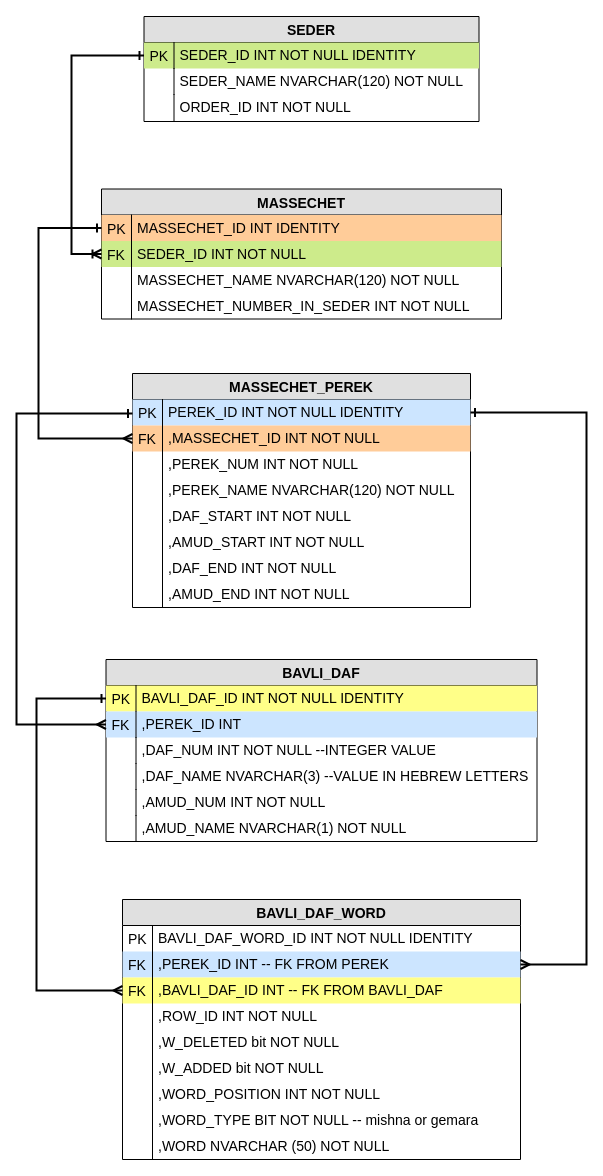
This is db_drawings/KimeTsion.drawio from mdanielov/limud-kodesh, a draw.io file, before an edit. Source tidied: cells renumbered, new cells numbered last; positions are measured from the earlier drawing's top-left corner, leaving out a move shared by most shapes. Both pictures are drawn from the tidied source at 100%, with x=0, y=0 at pixel (16, 16).
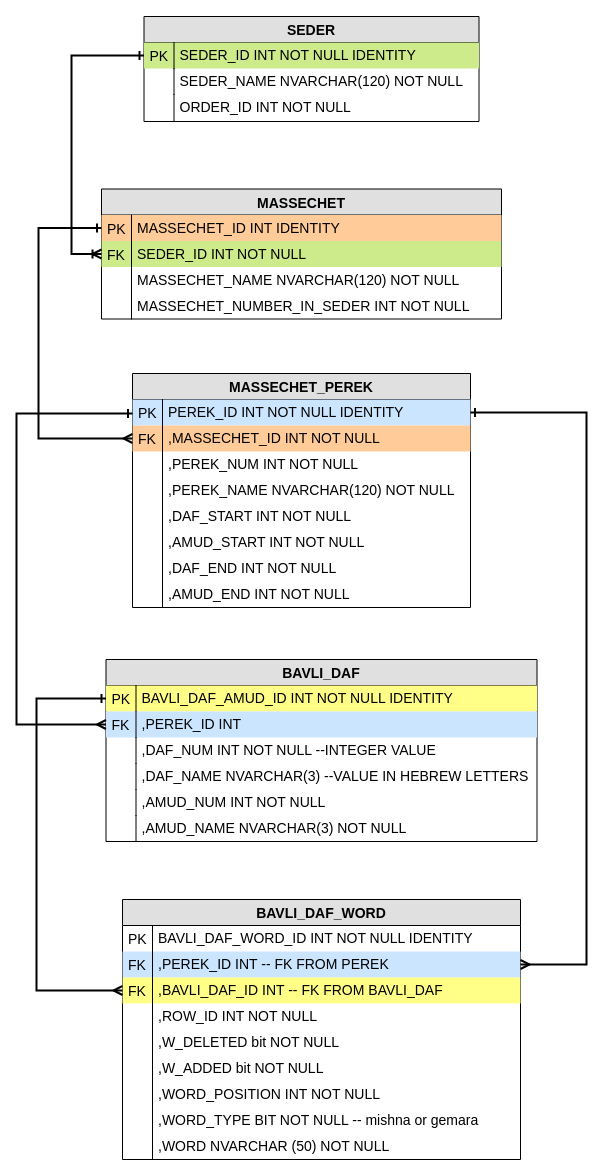
The same page after the edit.

Commit message (it also covers changes not shown here):
change table definition and update diagram

Unchanged cells that the change refers to:
```xml
<mxCell id="37" value="BAVLI_DAF" style="swimlane;fontStyle=1;horizontal=1;startSize=26;fillColor=#e0e0e0;swimlaneFillColor=#ffffff;align=center;fontSize=14;" parent="1" vertex="1">
  <mxGeometry x="89.5" y="643" width="431" height="182" as="geometry" />
</mxCell>
```

What changed in the source:
```diff
@@
-    <mxCell id="38" value="BAVLI_DAF_ID INT NOT NULL IDENTITY" style="shape=partialRectangle;top=0;left=0;right=0;bottom=0;align=left;verticalAlign=top;spacingTop=-2;fillColor=#ffff88;spacingLeft=34;spacingRight=4;overflow=hidden;points=[[0,0.5],[1,0.5]];portConstraint=eastwest;strokeColor=#36393d;fontSize=14;" parent="37" vertex="1">
+    <mxCell id="38" value="BAVLI_DAF_AMUD_ID INT NOT NULL IDENTITY" style="shape=partialRectangle;top=0;left=0;right=0;bottom=0;align=left;verticalAlign=top;spacingTop=-2;fillColor=#ffff88;spacingLeft=34;spacingRight=4;overflow=hidden;points=[[0,0.5],[1,0.5]];portConstraint=eastwest;strokeColor=#36393d;fontSize=14;" parent="37" vertex="1">
       <mxGeometry y="26" width="431" height="26" as="geometry" />
     </mxCell>
@@
-    <mxCell id="48" value=",AMUD_NAME NVARCHAR(1) NOT NULL" style="shape=partialRectangle;top=0;left=0;right=0;bottom=0;align=left;verticalAlign=top;spacingTop=-2;fillColor=none;spacingLeft=34;spacingRight=4;overflow=hidden;fontSize=14;" parent="37" vertex="1">
+    <mxCell id="48" value=",AMUD_NAME NVARCHAR(3) NOT NULL" style="shape=partialRectangle;top=0;left=0;right=0;bottom=0;align=left;verticalAlign=top;spacingTop=-2;fillColor=none;spacingLeft=34;spacingRight=4;overflow=hidden;fontSize=14;" parent="37" vertex="1">
       <mxGeometry y="156" width="431" height="26" as="geometry" />
     </mxCell>
```
